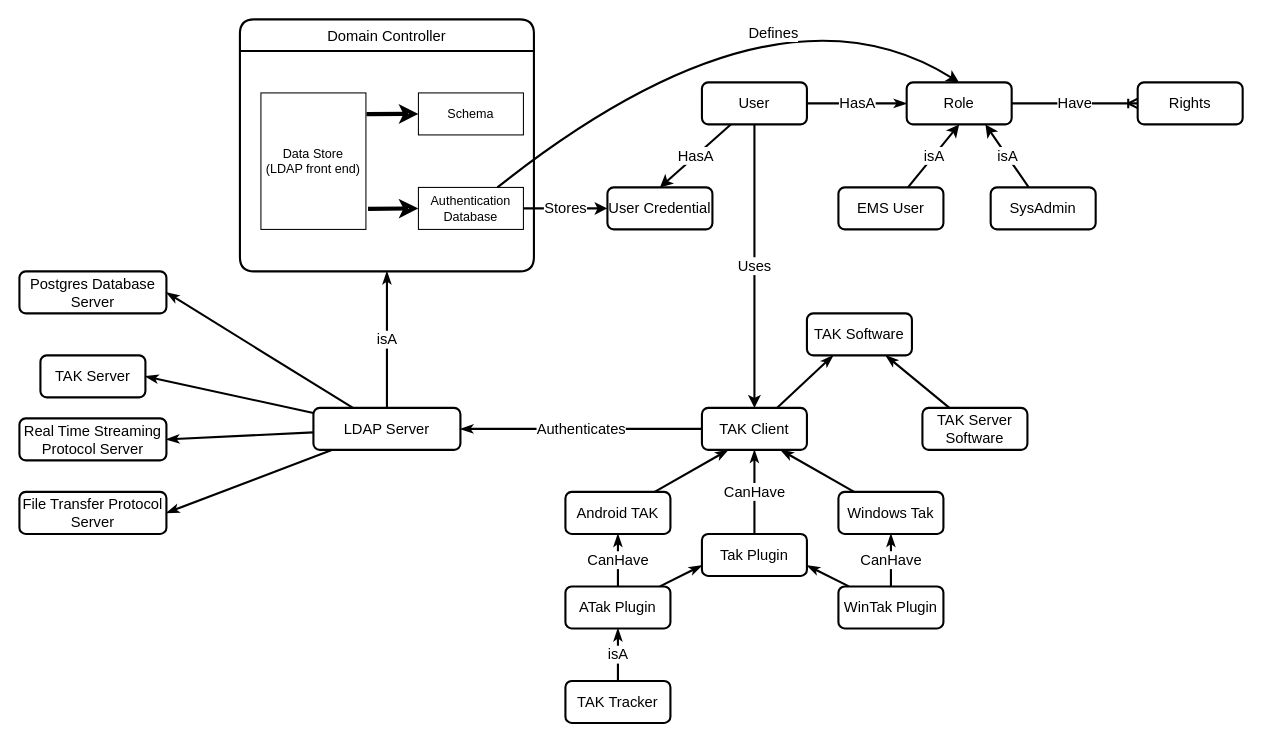
This is Ontology (1).drawio from haasr/ia-diagrams, a draw.io file, before an edit. Source tidied: cells renumbered, new cells numbered last; positions are measured from the earlier drawing's top-left corner, leaving out a move shared by most shapes. Both pictures are drawn from the tidied source at 105%, with x=0, y=0 at pixel (19, -34).
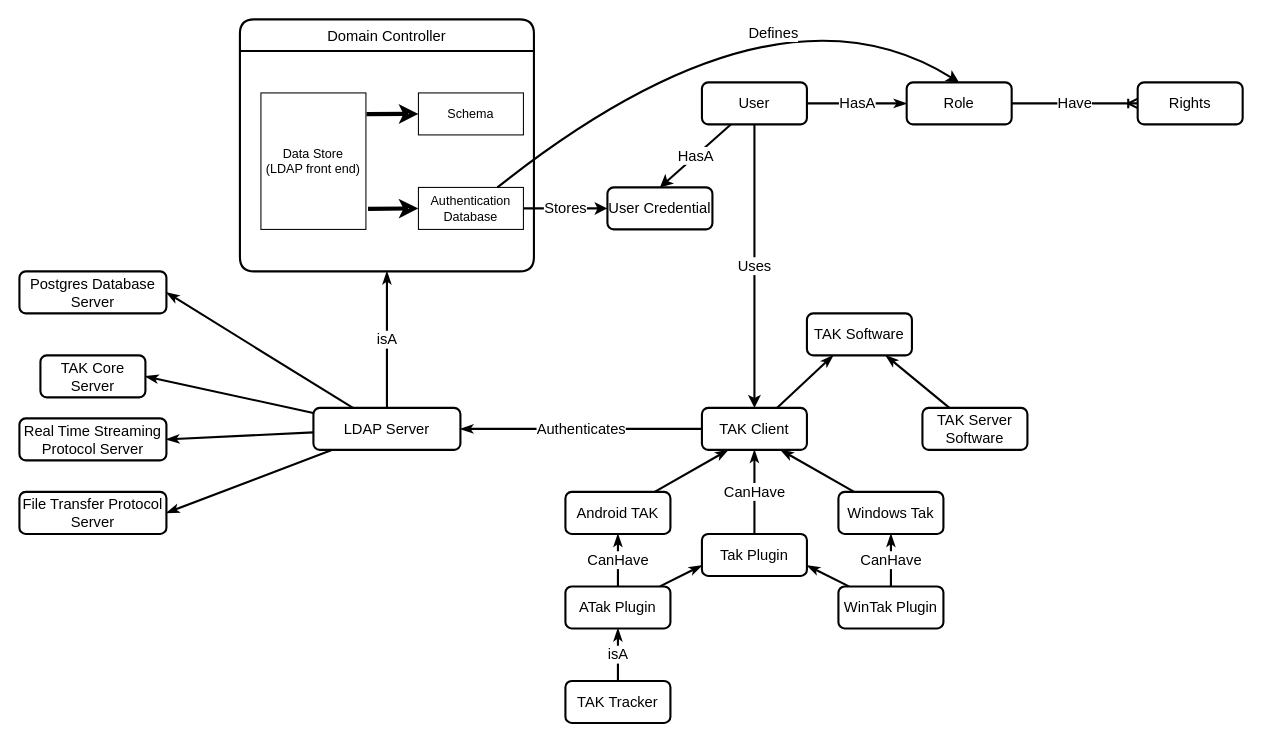
After the change.

Unchanged cells that the change refers to:
```xml
<mxCell id="48" value="Role" style="whiteSpace=wrap;html=1;align=center;rounded=1;shadow=0;dashed=0;strokeColor=default;strokeWidth=2;fontFamily=Helvetica;fontSize=14;fontColor=default;startSize=30;fillColor=default;" parent="1" vertex="1">
  <mxGeometry x="845" y="110" width="100" height="40" as="geometry" />
</mxCell>
```

Diff of the diagram source:
```diff
@@
-    <mxCell id="2" value="TAK Server" style="whiteSpace=wrap;html=1;align=center;rounded=1;shadow=0;dashed=0;strokeColor=default;strokeWidth=2;fontFamily=Helvetica;fontSize=14;fontColor=default;startSize=30;fillColor=default;" parent="1" vertex="1">
+    <mxCell id="2" value="TAK Core Server" style="whiteSpace=wrap;html=1;align=center;rounded=1;shadow=0;dashed=0;strokeColor=default;strokeWidth=2;fontFamily=Helvetica;fontSize=14;fontColor=default;startSize=30;fillColor=default;" parent="1" vertex="1">
       <mxGeometry x="20" y="370" width="100" height="40" as="geometry" />
     </mxCell>
@@
-    <mxCell id="43" value="isA" style="edgeStyle=none;html=1;strokeColor=default;strokeWidth=2;fontFamily=Helvetica;fontSize=14;fontColor=default;startArrow=none;startFill=0;endArrow=classic;endFill=1;startSize=30;entryX=0.75;entryY=1;entryDx=0;entryDy=0;" parent="1" edge="1" source="44" target="48">
-      <mxGeometry relative="1" as="geometry" />
-    </mxCell>
-    <mxCell id="44" value="SysAdmin" style="whiteSpace=wrap;html=1;align=center;rounded=1;shadow=0;dashed=0;strokeColor=default;strokeWidth=2;fontFamily=Helvetica;fontSize=14;fontColor=default;startSize=30;fillColor=default;" parent="1" vertex="1">
-      <mxGeometry x="925" y="210" width="100" height="40" as="geometry" />
-    </mxCell>
-    <mxCell id="45" value="isA" style="edgeStyle=none;html=1;entryX=0.5;entryY=1;entryDx=0;entryDy=0;strokeColor=default;strokeWidth=2;fontFamily=Helvetica;fontSize=14;fontColor=default;startArrow=none;startFill=0;endArrow=classic;endFill=1;startSize=30;" parent="1" edge="1" source="46" target="48">
-      <mxGeometry relative="1" as="geometry" />
-    </mxCell>
-    <mxCell id="46" value="EMS User" style="whiteSpace=wrap;html=1;align=center;rounded=1;shadow=0;dashed=0;strokeColor=default;strokeWidth=2;fontFamily=Helvetica;fontSize=14;fontColor=default;startSize=30;fillColor=default;" parent="1" vertex="1">
-      <mxGeometry x="780" y="210" width="100" height="40" as="geometry" />
-    </mxCell>
```
